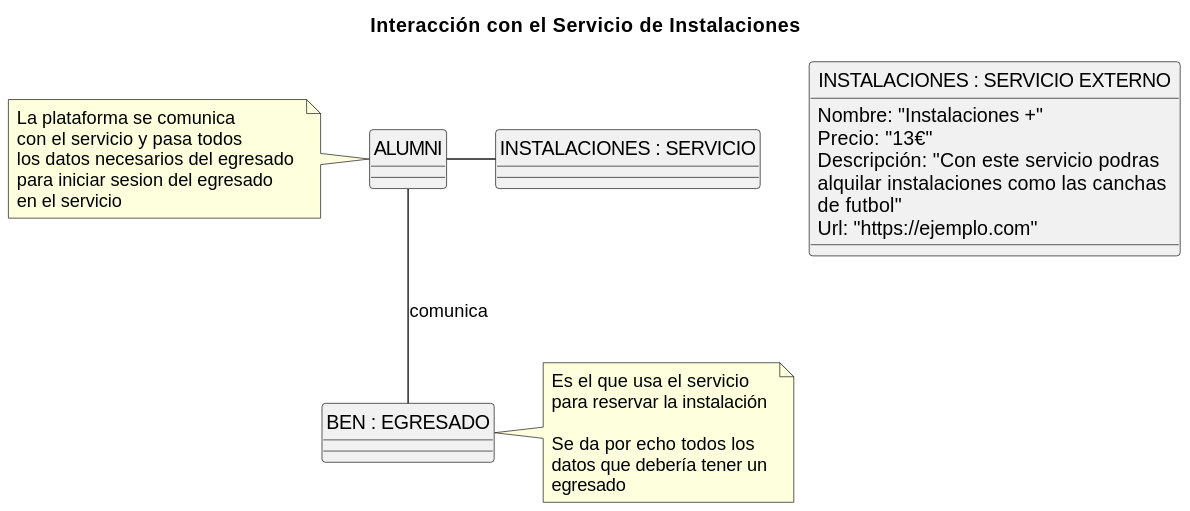
Before: Modelo_de_Dominio/Diagramas_de_Objetos/Reserva_Instalaciones/Diagrama_de_Objetos-Servicio_Externo.svg, a diagram exported from PlantUML (mmasias/23-24-IdSw1-SDR).
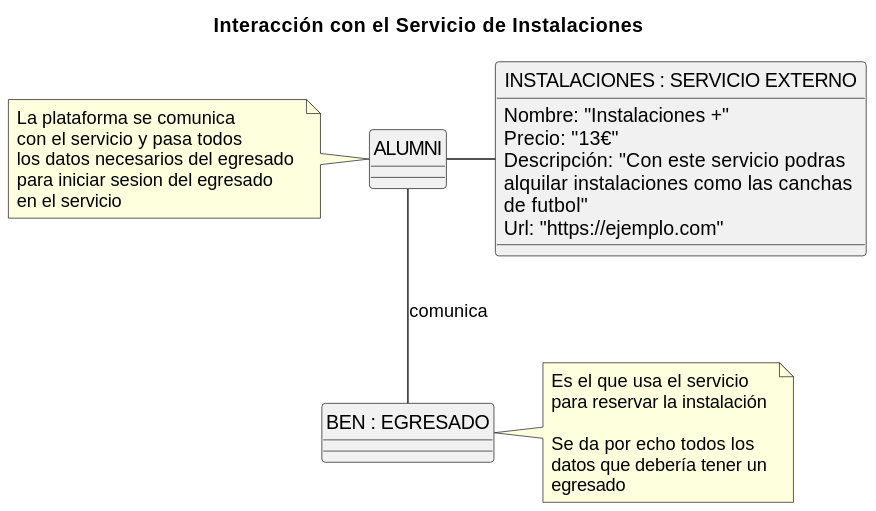
Above is the later version.

Change to the diagram source:
```diff
@@ -19,7 +19,7 @@
 
 }
 
-"INSTALACIONES : SERVICIO" -left- "ALUMNI"
+"INSTALACIONES : SERVICIO EXTERNO" -left- "ALUMNI"
 note left: La plataforma se comunica \ncon el servicio y pasa todos \nlos datos necesarios del egresado \npara iniciar sesion del egresado \nen el servicio
 "ALUMNI" -- "BEN : EGRESADO" : comunica
 note right: Es el que usa el servicio\npara reservar la instalación \n\nSe da por echo todos los \ndatos que debería tener un \negresado
```
